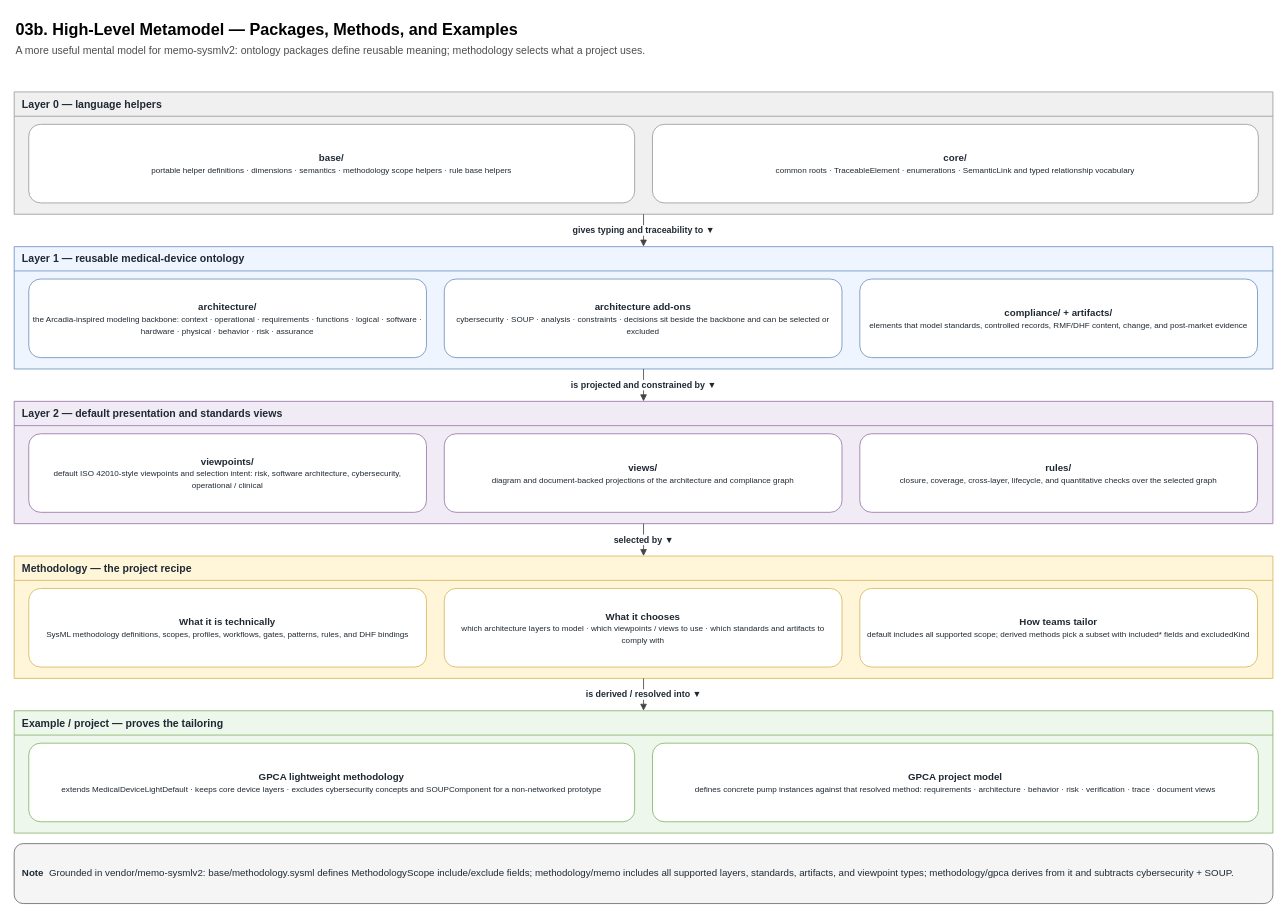
Above: page "03b-high-level-metamodel" (4 of 17) of docs/src/diagrams/ontology-medical-device-hierarchy.drawio in memoarchitect/memo-architect (draw.io), before the change. Source tidied: cells renumbered, new cells numbered last; positions are measured from the earlier drawing's top-left corner, leaving out a move shared by most shapes. Both pictures are drawn from the tidied source at 81%, with x=0, y=0 at pixel (14, 14).
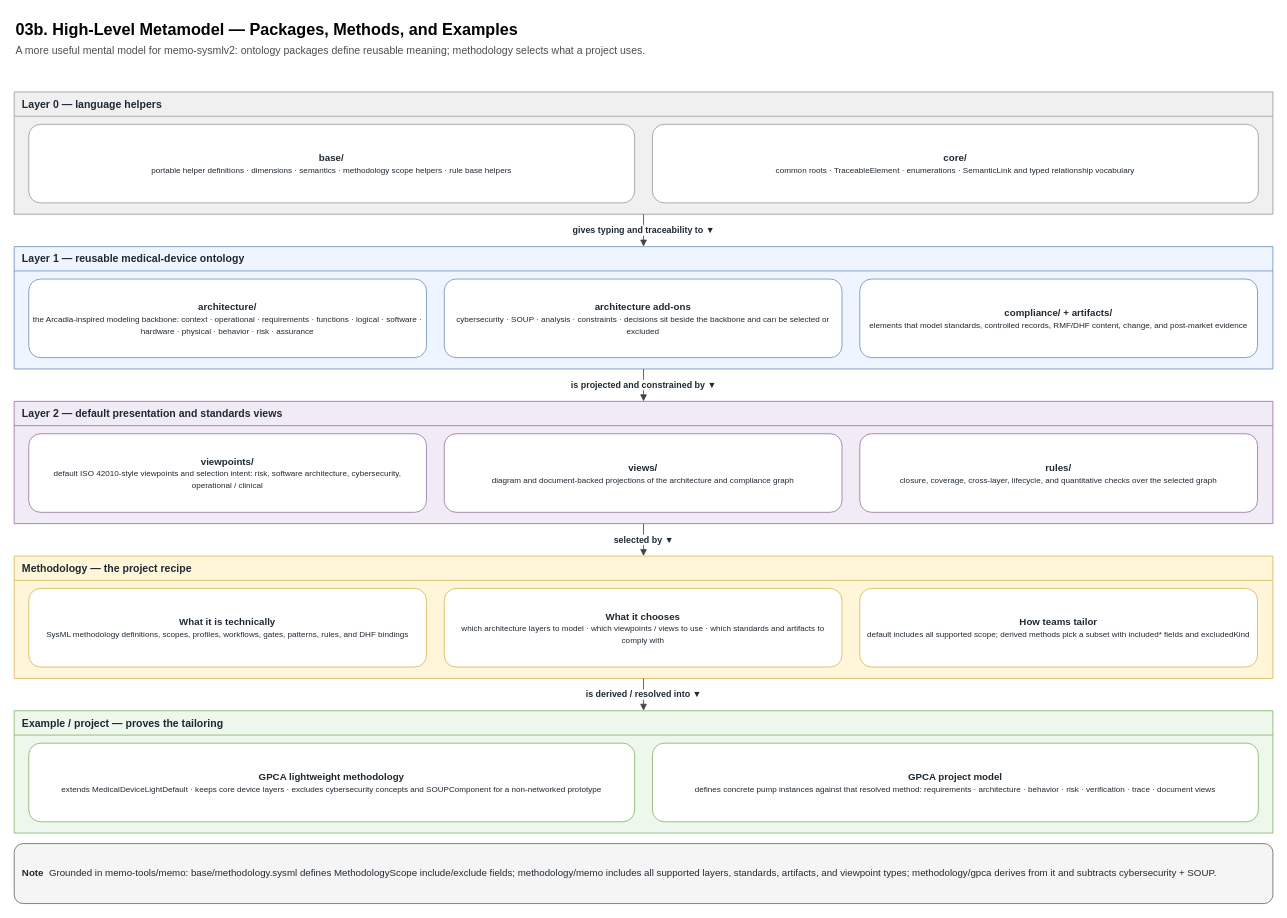
Above is the later version.

Change to the diagram source:
```diff
@@
-    <mxCell id="25" value="&lt;b&gt;Note&lt;/b&gt;&amp;nbsp;&amp;nbsp;&lt;font style='font-size:12px'&gt;Grounded in vendor/memo-sysmlv2: base/methodology.sysml defines MethodologyScope include/exclude fields; methodology/memo includes all supported layers, standards, artifacts, and viewpoint types; methodology/gpca derives from it and subtracts cybersecurity + SOUP.&lt;/font&gt;" style="rounded=1;whiteSpace=wrap;html=1;fillColor=#f5f5f5;strokeColor=#666666;fontSize=12;fontColor=#1f2933;align=left;verticalAlign=middle;spacing=10;" parent="1" vertex="1">
+    <mxCell id="25" value="&lt;b&gt;Note&lt;/b&gt;&amp;nbsp;&amp;nbsp;&lt;font style='font-size:12px'&gt;Grounded in memo-tools/memo: base/methodology.sysml defines MethodologyScope include/exclude fields; methodology/memo includes all supported layers, standards, artifacts, and viewpoint types; methodology/gpca derives from it and subtracts cybersecurity + SOUP.&lt;/font&gt;" style="rounded=1;whiteSpace=wrap;html=1;fillColor=#f5f5f5;strokeColor=#666666;fontSize=12;fontColor=#1f2933;align=left;verticalAlign=middle;spacing=10;" parent="1" vertex="1">
       <mxGeometry y="1024" width="1554" height="74" as="geometry" />
     </mxCell>
```
